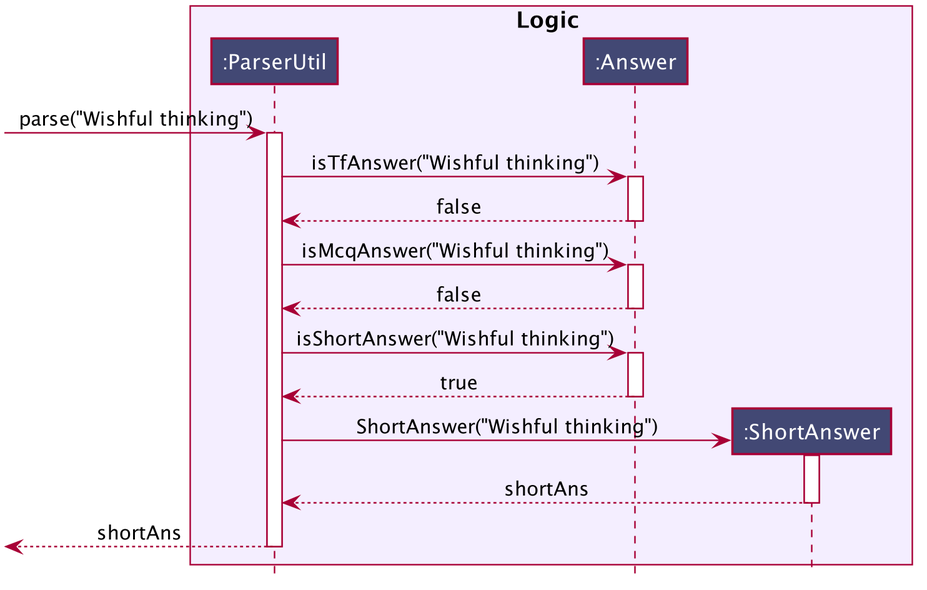
This is docs/images/ParserUtilShortAnsDiagram.png from sigmund-c/main, a PlantUML export, as it was before one commit. Source of this version:
```plantuml
@startuml








skinparam BackgroundColor #FFFFFFF

skinparam Shadowing false

skinparam Class {
    FontColor #FFFFFF
    BorderThickness 1
    BorderColor #FFFFFF
    StereotypeFontColor #FFFFFF
    FontName Arial
}

skinparam Actor {
    BorderColor #FFFFFF
    Color #FFFFFF
    FontName Arial
}

skinparam Sequence {
    MessageAlign center
    BoxFontSize 15
    BoxPadding 0
    BoxFontColor #000000
    FontName Arial
}

skinparam Participant {
    FontColor #FFFFFFF
    Padding 20
}

skinparam MinClassWidth 50
skinparam ParticipantPadding 10
skinparam Shadowing false
skinparam DefaultTextAlignment center
skinparam packageStyle Rectangle

hide footbox
hide members
hide circle

box Logic #f4eeff
participant ":ParserUtil" as ParserUtil #424874
participant ":Answer" as Answer #424874
participant ":ShortAnswer" as ShortAnswer #424874
end box

[-> ParserUtil : parse("Wishful thinking")
activate ParserUtil

ParserUtil -> Answer : isTfAnswer("Wishful thinking")
activate Answer

Answer --> ParserUtil : false
deactivate Answer

ParserUtil -> Answer : isMcqAnswer("Wishful thinking")
activate Answer

Answer --> ParserUtil : false
deactivate Answer

ParserUtil -> Answer : isShortAnswer("Wishful thinking")
activate Answer

Answer --> ParserUtil : true
deactivate Answer

create ShortAnswer
ParserUtil -> ShortAnswer : ShortAnswer("Wishful thinking")
activate ShortAnswer



ShortAnswer --> ParserUtil : shortAns
deactivate ShortAnswer

[<-- ParserUtil : shortAns
deactivate ParserUtil

@enduml
```
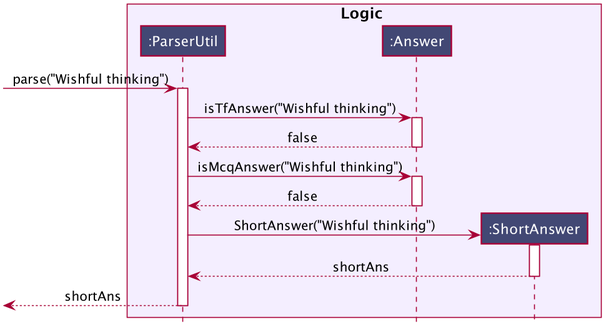
After the change.

The edit, as a diff of the source:
```diff
@@ -69,11 +69,6 @@
 Answer --> ParserUtil : false
 deactivate Answer
 
-ParserUtil -> Answer : isShortAnswer("Wishful thinking")
-activate Answer
-
-Answer --> ParserUtil : true
-deactivate Answer
 
 create ShortAnswer
 ParserUtil -> ShortAnswer : ShortAnswer("Wishful thinking")
```
